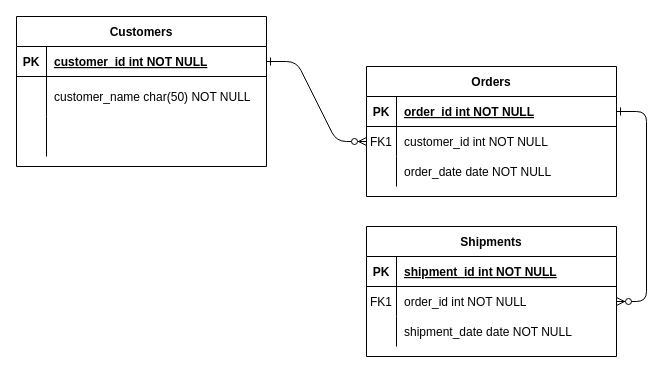
Above: Диаграмма без названия.drawio in Dornell1/intro-to-backend (draw.io), before the change. Source tidied: cells renumbered, new cells numbered last; positions are measured from the earlier drawing's top-left corner, leaving out a move shared by most shapes. Both pictures are drawn from the tidied source at 100%, with x=0, y=0 at pixel (16, 16).
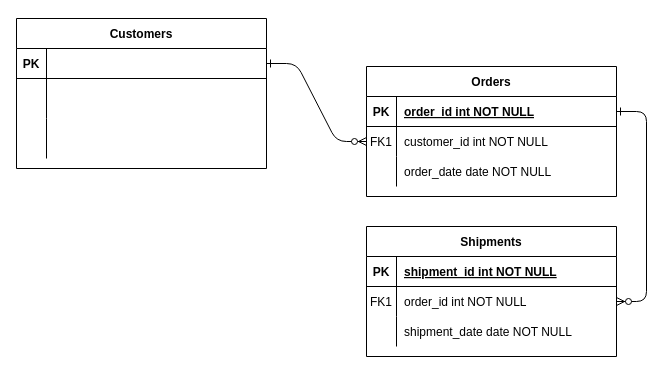
Above is the later version.

The change refers to these unchanged cells:
```xml
<mxCell id="25" style="shape=partialRectangle;fillColor=none;points=[[0,0.5],[1,0.5]];portConstraint=eastwest;top=0;left=0;right=0;bottom=1;" parent="24" vertex="1">
  <mxGeometry y="30" width="250" height="30" as="geometry" />
</mxCell>
<mxCell id="28" style="shape=partialRectangle;fillColor=none;top=0;left=0;right=0;bottom=0;" parent="24" vertex="1">
  <mxGeometry y="60" width="250" height="40" as="geometry" />
</mxCell>
```

Change to the diagram source:
```diff
@@
     <mxCell id="24" value="Customers" style="shape=table;startSize=30;childLayout=tableLayout;rowLines=0;fontStyle=1;align=center;" parent="1" vertex="1">
-      <mxGeometry width="250" height="150" as="geometry" />
+      <mxGeometry y="2" width="250" height="150" as="geometry" />
     </mxCell>
@@
-    <mxCell id="27" value="customer_id int NOT NULL " style="shape=partialRectangle;overflow=hidden;fillColor=none;top=0;left=0;bottom=0;right=0;align=left;spacingLeft=6;fontStyle=5;" parent="25" vertex="1">
+    <mxCell id="27" style="shape=partialRectangle;overflow=hidden;fillColor=none;top=0;left=0;bottom=0;right=0;align=left;spacingLeft=6;fontStyle=5;" parent="25" vertex="1">
       <mxGeometry x="30" width="220" height="30" as="geometry" />
     </mxCell>
@@
-    <mxCell id="30" value="customer_name char(50) NOT NULL" style="shape=partialRectangle;overflow=hidden;fillColor=none;top=0;left=0;bottom=0;right=0;align=left;spacingLeft=6;" parent="28" vertex="1">
+    <mxCell id="30" style="shape=partialRectangle;overflow=hidden;fillColor=none;top=0;left=0;bottom=0;right=0;align=left;spacingLeft=6;" parent="28" vertex="1">
       <mxGeometry x="30" width="220" height="40" as="geometry" />
     </mxCell>
@@
+    <mxCell id="34" style="edgeStyle=none;curved=1;rounded=0;orthogonalLoop=1;jettySize=auto;html=1;exitX=0;exitY=0;exitDx=0;exitDy=0;fontSize=12;startSize=8;endSize=8;" parent="1" edge="1" source="24" target="24">
+      <mxGeometry relative="1" as="geometry" />
+    </mxCell>
```
